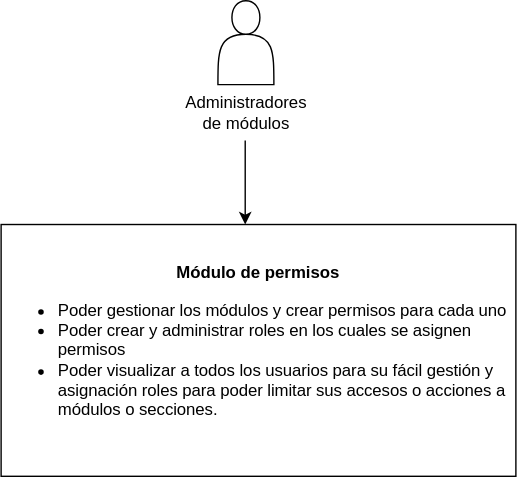
dani99m/Diagramas keeps this draw.io diagram as Diagrama C1 Módulo de permisos.svg. Above is the earlier version. Source tidied: cells renumbered, new cells last; positions are measured from the earlier drawing's top-left corner, leaving out a move shared by most shapes.
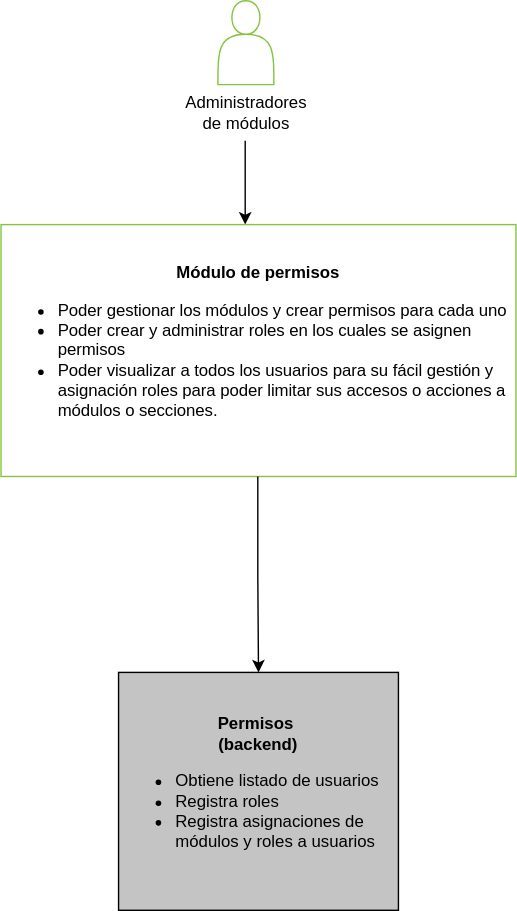
The same diagram one commit later.

The edit, as a diff of the source:
```diff
@@ -2,7 +2,7 @@
   <root>
     <mxCell id="0" />
     <mxCell id="1" parent="0" />
-    <mxCell id="2" style="shape=actor;whiteSpace=wrap;html=1;" parent="1" vertex="1">
+    <mxCell id="2" style="shape=actor;whiteSpace=wrap;html=1;strokeColor=#85C440;" parent="1" vertex="1">
       <mxGeometry x="155" width="40" height="60" as="geometry" />
     </mxCell>
     <mxCell id="3" value="Administradores&lt;br&gt;de módulos" style="text;html=1;align=center;verticalAlign=middle;strokeColor=none;fillColor=none;" parent="1" vertex="1">
@@ -17,8 +17,16 @@
         </Array>
       </mxGeometry>
     </mxCell>
-    <mxCell id="5" value="&lt;span style=&quot;background-color: initial;&quot;&gt;&lt;b&gt;Módulo de permisos&lt;/b&gt;&lt;/span&gt;&lt;span style=&quot;background-color: initial;&quot;&gt;&lt;b&gt;&lt;br&gt;&lt;/b&gt;&lt;ul style=&quot;&quot;&gt;&lt;li style=&quot;text-align: left;&quot;&gt;&lt;span style=&quot;background-color: initial;&quot;&gt;&lt;span style=&quot;font-size: 1em; letter-spacing: -0.005em;&quot;&gt;Poder gestionar los &lt;/span&gt;&lt;span style=&quot;font-size: 12px; letter-spacing: -0.06px;&quot;&gt;módulos&lt;/span&gt;&lt;span style=&quot;font-size: 1em; letter-spacing: -0.005em;&quot;&gt;&amp;nbsp;y crear permisos para cada uno&lt;/span&gt;&lt;/span&gt;&lt;/li&gt;&lt;li style=&quot;text-align: left;&quot;&gt;&lt;span style=&quot;font-size: 1em; letter-spacing: -0.005em; background-color: initial;&quot;&gt;Poder crear y administrar roles en los cuales se asignen permisos&lt;/span&gt;&lt;/li&gt;&lt;li style=&quot;text-align: left;&quot;&gt;&lt;span style=&quot;background-color: initial;&quot;&gt;&lt;span style=&quot;font-size: 1em; letter-spacing: -0.005em;&quot;&gt;Poder visualizar a todos los usuarios para su &lt;/span&gt;&lt;span style=&quot;font-size: 12px; letter-spacing: -0.06px;&quot;&gt;fácil&lt;/span&gt;&lt;span style=&quot;font-size: 1em; letter-spacing: -0.005em;&quot;&gt;&amp;nbsp;&lt;/span&gt;&lt;span style=&quot;font-size: 12px; letter-spacing: -0.06px;&quot;&gt;gestión&lt;/span&gt;&lt;span style=&quot;font-size: 1em; letter-spacing: -0.005em;&quot;&gt;&amp;nbsp;y &lt;/span&gt;&lt;span style=&quot;font-size: 12px; letter-spacing: -0.06px;&quot;&gt;asignación&lt;/span&gt;&lt;span style=&quot;font-size: 1em; letter-spacing: -0.005em;&quot;&gt;&amp;nbsp;roles para poder limitar sus accesos o acciones a &lt;/span&gt;&lt;span style=&quot;font-size: 12px; letter-spacing: -0.06px;&quot;&gt;módulos&lt;/span&gt;&lt;span style=&quot;font-size: 1em; letter-spacing: -0.005em;&quot;&gt;&amp;nbsp;o secciones.&lt;/span&gt;&lt;/span&gt;&lt;/li&gt;&lt;/ul&gt;&lt;/span&gt;" style="rounded=0;whiteSpace=wrap;html=1;" parent="1" vertex="1">
+    <mxCell id="5" value="&lt;span style=&quot;background-color: initial;&quot;&gt;&lt;b&gt;Módulo de permisos&lt;/b&gt;&lt;/span&gt;&lt;span style=&quot;background-color: initial;&quot;&gt;&lt;b&gt;&lt;br&gt;&lt;/b&gt;&lt;ul style=&quot;&quot;&gt;&lt;li style=&quot;text-align: left;&quot;&gt;&lt;span style=&quot;background-color: initial;&quot;&gt;&lt;span style=&quot;font-size: 1em; letter-spacing: -0.005em;&quot;&gt;Poder gestionar los &lt;/span&gt;&lt;span style=&quot;font-size: 12px; letter-spacing: -0.06px;&quot;&gt;módulos&lt;/span&gt;&lt;span style=&quot;font-size: 1em; letter-spacing: -0.005em;&quot;&gt;&amp;nbsp;y crear permisos para cada uno&lt;/span&gt;&lt;/span&gt;&lt;/li&gt;&lt;li style=&quot;text-align: left;&quot;&gt;&lt;span style=&quot;font-size: 1em; letter-spacing: -0.005em; background-color: initial;&quot;&gt;Poder crear y administrar roles en los cuales se asignen permisos&lt;/span&gt;&lt;/li&gt;&lt;li style=&quot;text-align: left;&quot;&gt;&lt;span style=&quot;background-color: initial;&quot;&gt;&lt;span style=&quot;font-size: 1em; letter-spacing: -0.005em;&quot;&gt;Poder visualizar a todos los usuarios para su &lt;/span&gt;&lt;span style=&quot;font-size: 12px; letter-spacing: -0.06px;&quot;&gt;fácil&lt;/span&gt;&lt;span style=&quot;font-size: 1em; letter-spacing: -0.005em;&quot;&gt;&amp;nbsp;&lt;/span&gt;&lt;span style=&quot;font-size: 12px; letter-spacing: -0.06px;&quot;&gt;gestión&lt;/span&gt;&lt;span style=&quot;font-size: 1em; letter-spacing: -0.005em;&quot;&gt;&amp;nbsp;y &lt;/span&gt;&lt;span style=&quot;font-size: 12px; letter-spacing: -0.06px;&quot;&gt;asignación&lt;/span&gt;&lt;span style=&quot;font-size: 1em; letter-spacing: -0.005em;&quot;&gt;&amp;nbsp;roles para poder limitar sus accesos o acciones a &lt;/span&gt;&lt;span style=&quot;font-size: 12px; letter-spacing: -0.06px;&quot;&gt;módulos&lt;/span&gt;&lt;span style=&quot;font-size: 1em; letter-spacing: -0.005em;&quot;&gt;&amp;nbsp;o secciones.&lt;/span&gt;&lt;/span&gt;&lt;/li&gt;&lt;/ul&gt;&lt;/span&gt;" style="rounded=0;whiteSpace=wrap;html=1;strokeColor=#85C440;" parent="1" vertex="1">
       <mxGeometry y="160" width="368" height="180" as="geometry" />
     </mxCell>
+    <mxCell id="6" style="edgeStyle=orthogonalEdgeStyle;rounded=0;jettySize=auto;html=1;entryX=0.5;entryY=0;entryDx=0;entryDy=0;" parent="1" edge="1" target="7">
+      <mxGeometry relative="1" as="geometry">
+        <mxPoint x="183.5" y="340" as="sourcePoint" />
+      </mxGeometry>
+    </mxCell>
+    <mxCell id="7" value="&lt;b&gt;Permisos&amp;nbsp;&lt;br&gt;(backend)&lt;/b&gt;&lt;br&gt;&lt;div style=&quot;text-align: left;&quot;&gt;&lt;ul&gt;&lt;li&gt;&lt;span style=&quot;background-color: initial;&quot;&gt;Obtiene listado de usuarios&lt;/span&gt;&lt;/li&gt;&lt;li&gt;Registra roles&lt;/li&gt;&lt;li&gt;Registra asignaciones de módulos y roles a usuarios&lt;/li&gt;&lt;/ul&gt;&lt;/div&gt;" style="rounded=0;whiteSpace=wrap;html=1;fillColor=#C4C4C4;" parent="1" vertex="1">
+      <mxGeometry x="84" y="480" width="200" height="170" as="geometry" />
+    </mxCell>
   </root>
 </mxGraphModel>
```
